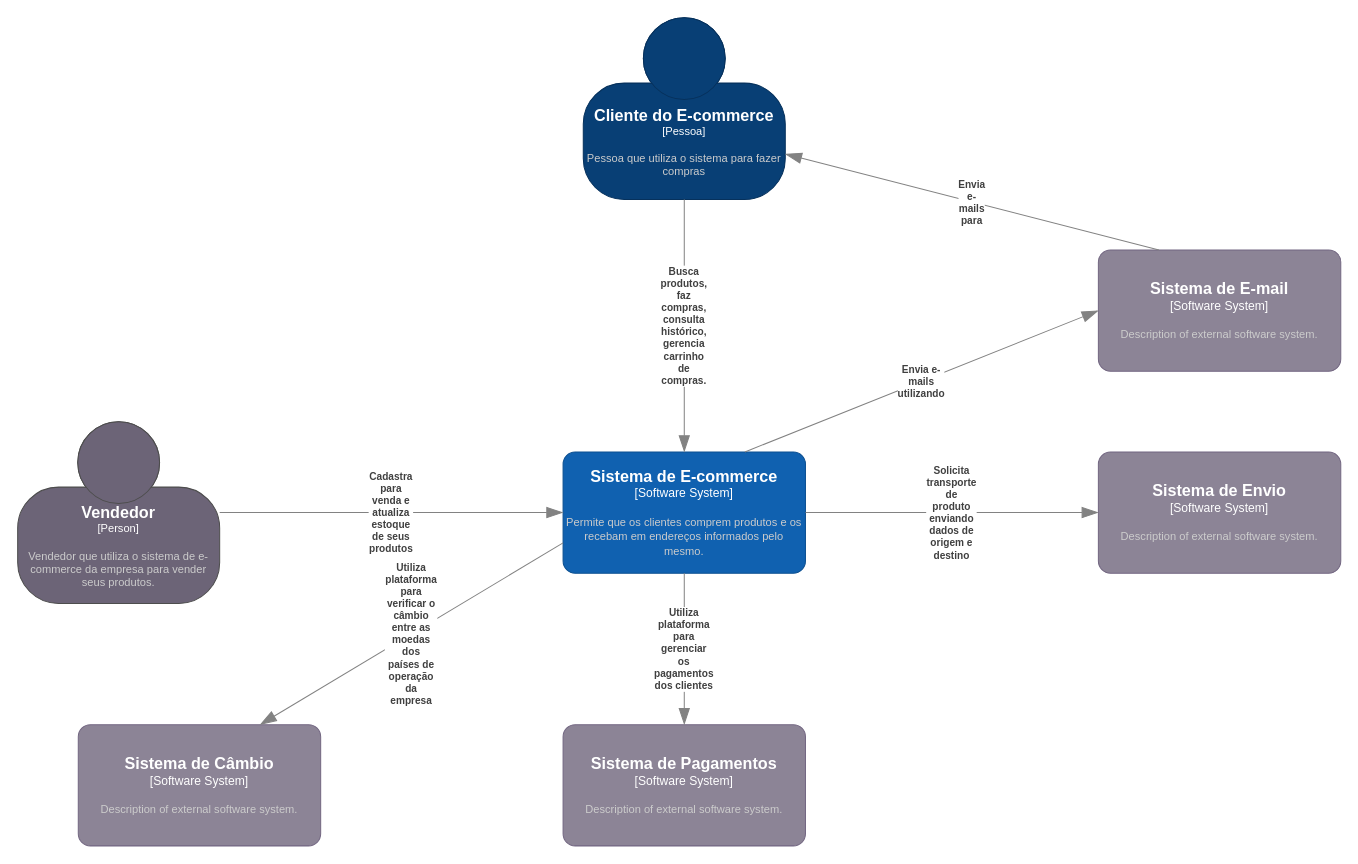
Before: c4_diagrams/system_context.drawio in brunoropacheco/infnet_ms_multinacional, a draw.io diagram. Source tidied: cells renumbered, new cells numbered last; positions are measured from the earlier drawing's top-left corner, leaving out a move shared by most shapes. Both pictures are drawn from the tidied source at 101%, with x=0, y=0 at pixel (17, 17).
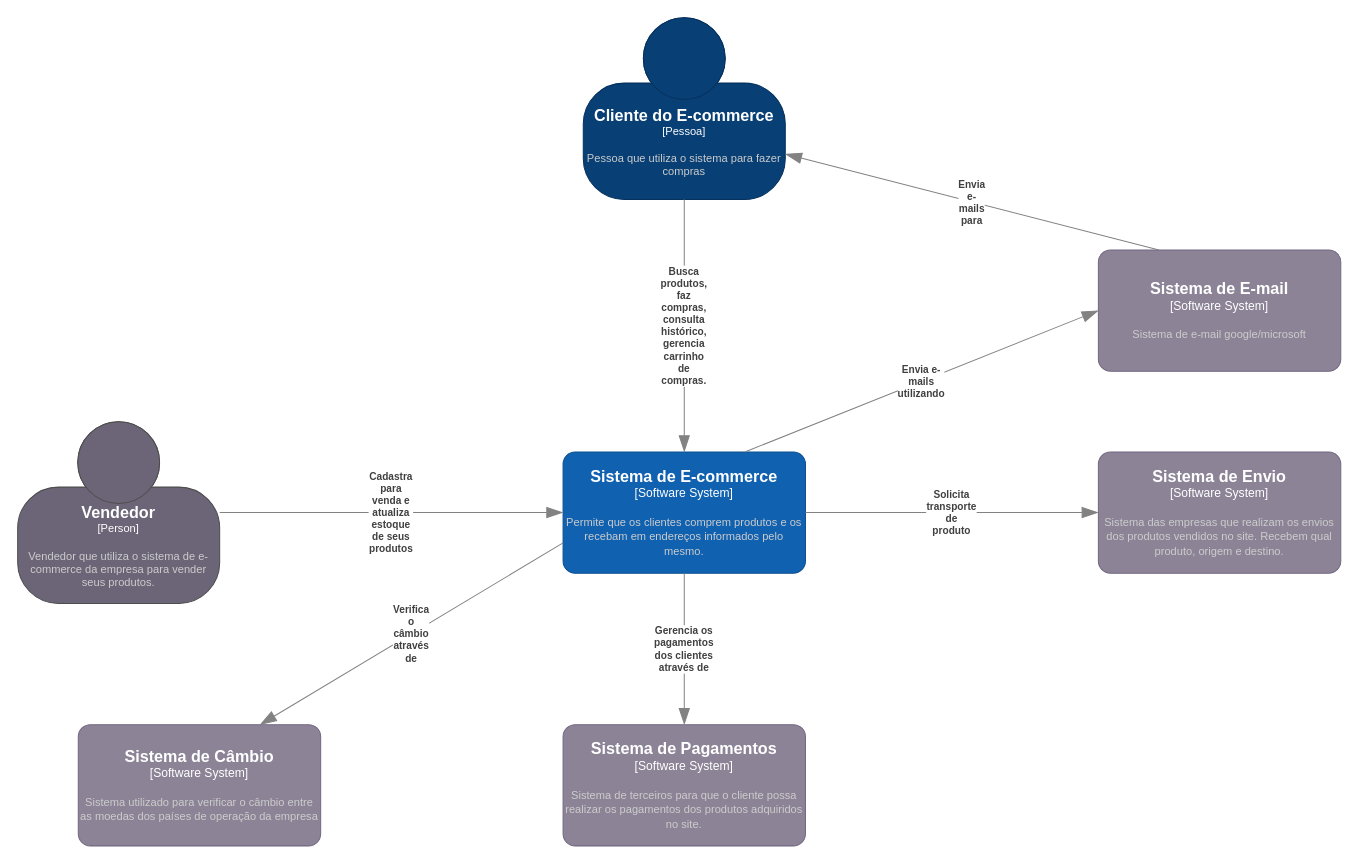
The same page after the edit.

Commit message:
ajuste no diagrama de contexto do sistema ajsute nas descricoes dos sistemas e nos relacionamentos enter eles

Unchanged cells that the change refers to:
```xml
<object id="3" label="&lt;font style=&quot;font-size: 16px&quot;&gt;&lt;b&gt;%c4Name%&lt;/b&gt;&lt;/font&gt;&lt;div&gt;[%c4Type%]&lt;/div&gt;&lt;br&gt;&lt;div&gt;&lt;font style=&quot;font-size: 11px&quot;&gt;&lt;font color=&quot;#cccccc&quot;&gt;%c4Description%&lt;/font&gt;&lt;/div&gt;" c4Description="Permite que os clientes comprem produtos e os recebam em endereços informados pelo mesmo." c4Name="Sistema de E-commerce" c4Type="Software System" placeholders="1">
  <mxCell style="rounded=1;whiteSpace=wrap;html=1;labelBackgroundColor=none;fillColor=#1061B0;fontColor=#ffffff;align=center;arcSize=10;strokeColor=#0D5091;points=[[0.25,0,0],[0.5,0,0],[0.75,0,0],[1,0.25,0],[1,0.5,0],[1,0.75,0],[0.75,1,0],[0.5,1,0],[0.25,1,0],[0,0.75,0],[0,0.5,0],[0,0.25,0]];" parent="1" vertex="1">
    <mxGeometry x="540" y="430" width="240" height="120" as="geometry" />
  </mxCell>
</object>
```

Change to the diagram source:
```diff
@@
-    <object id="4" label="&lt;font style=&quot;font-size: 16px&quot;&gt;&lt;b&gt;%c4Name%&lt;/b&gt;&lt;/font&gt;&lt;div&gt;[%c4Type%]&lt;/div&gt;&lt;br&gt;&lt;div&gt;&lt;font style=&quot;font-size: 11px&quot;&gt;&lt;font color=&quot;#cccccc&quot;&gt;%c4Description%&lt;/font&gt;&lt;/div&gt;" c4Description="Description of external software system." c4Name="Sistema de Pagamentos" c4Type="Software System" placeholders="1">
+    <object id="4" label="&lt;font style=&quot;font-size: 16px&quot;&gt;&lt;b&gt;%c4Name%&lt;/b&gt;&lt;/font&gt;&lt;div&gt;[%c4Type%]&lt;/div&gt;&lt;br&gt;&lt;div&gt;&lt;font style=&quot;font-size: 11px&quot;&gt;&lt;font color=&quot;#cccccc&quot;&gt;%c4Description%&lt;/font&gt;&lt;/div&gt;" c4Description="Sistema de terceiros para que o cliente possa realizar os pagamentos dos produtos adquiridos no site." c4Name="Sistema de Pagamentos" c4Type="Software System" placeholders="1">
       <mxCell style="rounded=1;whiteSpace=wrap;html=1;labelBackgroundColor=none;fillColor=#8C8496;fontColor=#ffffff;align=center;arcSize=10;strokeColor=#736782;points=[[0.25,0,0],[0.5,0,0],[0.75,0,0],[1,0.25,0],[1,0.5,0],[1,0.75,0],[0.75,1,0],[0.5,1,0],[0.25,1,0],[0,0.75,0],[0,0.5,0],[0,0.25,0]];" parent="1" vertex="1">
         <mxGeometry x="540" y="700" width="240" height="120" as="geometry" />
       </mxCell>
     </object>
-    <object id="5" label="&lt;font style=&quot;font-size: 16px&quot;&gt;&lt;b&gt;%c4Name%&lt;/b&gt;&lt;/font&gt;&lt;div&gt;[%c4Type%]&lt;/div&gt;&lt;br&gt;&lt;div&gt;&lt;font style=&quot;font-size: 11px&quot;&gt;&lt;font color=&quot;#cccccc&quot;&gt;%c4Description%&lt;/font&gt;&lt;/div&gt;" c4Description="Description of external software system." c4Name="Sistema de E-mail" c4Type="Software System" placeholders="1">
+    <object id="5" label="&lt;font style=&quot;font-size: 16px&quot;&gt;&lt;b&gt;%c4Name%&lt;/b&gt;&lt;/font&gt;&lt;div&gt;[%c4Type%]&lt;/div&gt;&lt;br&gt;&lt;div&gt;&lt;font style=&quot;font-size: 11px&quot;&gt;&lt;font color=&quot;#cccccc&quot;&gt;%c4Description%&lt;/font&gt;&lt;/div&gt;" c4Description="Sistema de e-mail google/microsoft" c4Name="Sistema de E-mail" c4Type="Software System" placeholders="1">
       <mxCell style="rounded=1;whiteSpace=wrap;html=1;labelBackgroundColor=none;fillColor=#8C8496;fontColor=#ffffff;align=center;arcSize=10;strokeColor=#736782;points=[[0.25,0,0],[0.5,0,0],[0.75,0,0],[1,0.25,0],[1,0.5,0],[1,0.75,0],[0.75,1,0],[0.5,1,0],[0.25,1,0],[0,0.75,0],[0,0.5,0],[0,0.25,0]];" parent="1" vertex="1">
         <mxGeometry x="1070" y="230" width="240" height="120" as="geometry" />
       </mxCell>
     </object>
-    <object id="6" label="&lt;font style=&quot;font-size: 16px&quot;&gt;&lt;b&gt;%c4Name%&lt;/b&gt;&lt;/font&gt;&lt;div&gt;[%c4Type%]&lt;/div&gt;&lt;br&gt;&lt;div&gt;&lt;font style=&quot;font-size: 11px&quot;&gt;&lt;font color=&quot;#cccccc&quot;&gt;%c4Description%&lt;/font&gt;&lt;/div&gt;" c4Description="Description of external software system." c4Name="Sistema de Envio" c4Type="Software System" placeholders="1">
+    <object id="6" label="&lt;font style=&quot;font-size: 16px&quot;&gt;&lt;b&gt;%c4Name%&lt;/b&gt;&lt;/font&gt;&lt;div&gt;[%c4Type%]&lt;/div&gt;&lt;br&gt;&lt;div&gt;&lt;font style=&quot;font-size: 11px&quot;&gt;&lt;font color=&quot;#cccccc&quot;&gt;%c4Description%&lt;/font&gt;&lt;/div&gt;" c4Description="Sistema das empresas que realizam os envios dos produtos vendidos no site. Recebem qual produto, origem e destino." c4Name="Sistema de Envio" c4Type="Software System" placeholders="1">
       <mxCell style="rounded=1;whiteSpace=wrap;html=1;labelBackgroundColor=none;fillColor=#8C8496;fontColor=#ffffff;align=center;arcSize=10;strokeColor=#736782;points=[[0.25,0,0],[0.5,0,0],[0.75,0,0],[1,0.25,0],[1,0.5,0],[1,0.75,0],[0.75,1,0],[0.5,1,0],[0.25,1,0],[0,0.75,0],[0,0.5,0],[0,0.25,0]];" parent="1" vertex="1">
         <mxGeometry x="1070" y="430" width="240" height="120" as="geometry" />
       </mxCell>
     </object>
-    <object id="7" label="&lt;font style=&quot;font-size: 16px&quot;&gt;&lt;b&gt;%c4Name%&lt;/b&gt;&lt;/font&gt;&lt;div&gt;[%c4Type%]&lt;/div&gt;&lt;br&gt;&lt;div&gt;&lt;font style=&quot;font-size: 11px&quot;&gt;&lt;font color=&quot;#cccccc&quot;&gt;%c4Description%&lt;/font&gt;&lt;/div&gt;" c4Description="Description of external software system." c4Name="Sistema de Câmbio" c4Type="Software System" placeholders="1">
+    <object id="7" label="&lt;font style=&quot;font-size: 16px&quot;&gt;&lt;b&gt;%c4Name%&lt;/b&gt;&lt;/font&gt;&lt;div&gt;[%c4Type%]&lt;/div&gt;&lt;br&gt;&lt;div&gt;&lt;font style=&quot;font-size: 11px&quot;&gt;&lt;font color=&quot;#cccccc&quot;&gt;%c4Description%&lt;/font&gt;&lt;/div&gt;" c4Description="Sistema utilizado para verificar o câmbio entre as moedas dos países de operação da empresa" c4Name="Sistema de Câmbio" c4Type="Software System" placeholders="1">
       <mxCell style="rounded=1;whiteSpace=wrap;html=1;labelBackgroundColor=none;fillColor=#8C8496;fontColor=#ffffff;align=center;arcSize=10;strokeColor=#736782;points=[[0.25,0,0],[0.5,0,0],[0.75,0,0],[1,0.25,0],[1,0.5,0],[1,0.75,0],[0.75,1,0],[0.5,1,0],[0.25,1,0],[0,0.75,0],[0,0.5,0],[0,0.25,0]];" parent="1" vertex="1">
         <mxGeometry x="60" y="700" width="240" height="120" as="geometry" />
       </mxCell>
     </object>
@@
-    <object id="12" label="&lt;div style=&quot;text-align: left&quot;&gt;&lt;div style=&quot;text-align: center&quot;&gt;&lt;b&gt;%c4Description%&lt;/b&gt;&lt;/div&gt;" c4Description="Solicita transporte de produto enviando dados de origem e destino" placeholders="1">
+    <object id="12" label="&lt;div style=&quot;text-align: left&quot;&gt;&lt;div style=&quot;text-align: center&quot;&gt;&lt;b&gt;%c4Description%&lt;/b&gt;&lt;/div&gt;" c4Description="Solicita transporte de produto" placeholders="1">
       <mxCell style="endArrow=blockThin;html=1;fontSize=10;fontColor=#404040;strokeWidth=1;endFill=1;strokeColor=#828282;elbow=vertical;endSize=14;startSize=14;jumpStyle=arc;jumpSize=16;rounded=0;entryX=0;entryY=0.5;entryDx=0;entryDy=0;entryPerimeter=0;exitX=1;exitY=0.5;exitDx=0;exitDy=0;exitPerimeter=0;noJump=0;whiteSpace=wrap;" parent="1" edge="1" source="3" target="6">
         <mxGeometry relative="1" as="geometry" />
       </mxCell>
     </object>
-    <object id="13" label="&lt;div style=&quot;text-align: left&quot;&gt;&lt;div style=&quot;text-align: center&quot;&gt;&lt;b&gt;%c4Description%&lt;/b&gt;&lt;/div&gt;" c4Description="Utiliza plataforma para gerenciar os pagamentos dos clientes" placeholders="1">
+    <object id="13" label="&lt;div style=&quot;text-align: left&quot;&gt;&lt;div style=&quot;text-align: center&quot;&gt;&lt;b&gt;%c4Description%&lt;/b&gt;&lt;/div&gt;" c4Description="Gerencia os pagamentos dos clientes através de" placeholders="1">
       <mxCell style="endArrow=blockThin;html=1;fontSize=10;fontColor=#404040;strokeWidth=1;endFill=1;strokeColor=#828282;elbow=vertical;endSize=14;startSize=14;jumpStyle=arc;jumpSize=16;rounded=0;entryX=0.5;entryY=0;entryDx=0;entryDy=0;entryPerimeter=0;exitX=0.5;exitY=1;exitDx=0;exitDy=0;exitPerimeter=0;noJump=0;whiteSpace=wrap;" parent="1" edge="1" source="3" target="4">
         <mxGeometry relative="1" as="geometry" />
       </mxCell>
     </object>
-    <object id="14" label="&lt;div style=&quot;text-align: left&quot;&gt;&lt;div style=&quot;text-align: center&quot;&gt;&lt;b&gt;%c4Description%&lt;/b&gt;&lt;/div&gt;" c4Description="Utiliza plataforma para verificar o câmbio entre as moedas dos países de operação da empresa" placeholders="1">
+    <object id="14" label="&lt;div style=&quot;text-align: left&quot;&gt;&lt;div style=&quot;text-align: center&quot;&gt;&lt;b&gt;%c4Description%&lt;/b&gt;&lt;/div&gt;" c4Description="Verifica o câmbio através de" placeholders="1">
       <mxCell style="endArrow=blockThin;html=1;fontSize=10;fontColor=#404040;strokeWidth=1;endFill=1;strokeColor=#828282;elbow=vertical;endSize=14;startSize=14;jumpStyle=arc;jumpSize=16;rounded=0;entryX=0.75;entryY=0;entryDx=0;entryDy=0;entryPerimeter=0;exitX=0;exitY=0.75;exitDx=0;exitDy=0;exitPerimeter=0;noJump=0;whiteSpace=wrap;" parent="1" edge="1" source="3" target="7">
         <mxGeometry relative="1" as="geometry" />
       </mxCell>
     </object>
```
